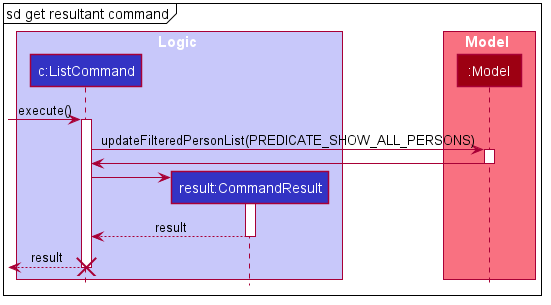
Above: docs/images/ExecuteListCommandSequenceDiagram.png in nus-cs2103-AY2021S1/tp (PlantUML), before the change. Source of this version:
```plantuml
@startuml








skinparam BackgroundColor #FFFFFFF

skinparam Shadowing false

skinparam Class {
    FontColor #FFFFFF
    BorderThickness 1
    BorderColor #FFFFFF
    StereotypeFontColor #FFFFFF
    FontName Arial
}

skinparam Actor {
    BorderColor #000000
    Color #000000
    FontName Arial
}

skinparam Sequence {
    MessageAlign center
    BoxFontSize 15
    BoxPadding 0
    BoxFontColor #FFFFFF
    FontName Arial
}

skinparam Participant {
    FontColor #FFFFFFF
    Padding 20
}

skinparam MinClassWidth 50
skinparam ParticipantPadding 10
skinparam Shadowing false
skinparam DefaultTextAlignment center
skinparam packageStyle Rectangle

hide footbox
hide members
hide circle
mainframe sd get resultant command

box Logic #C8C8FA
participant "c:ListCommand" as ListCommand #3333C4
participant "result:CommandResult" as CommandResult #3333C4
end box

box Model #F97181
participant ":Model" as Model #9D0012
end box

[-> ListCommand : execute()
activate ListCommand

ListCommand -> Model : updateFilteredPersonList(PREDICATE_SHOW_ALL_PERSONS)
activate Model

Model -> ListCommand
deactivate Model

create CommandResult
ListCommand -> CommandResult
activate CommandResult

CommandResult --> ListCommand : result
deactivate CommandResult

ListCommand -->[ : result
destroy ListCommand
@enduml
```
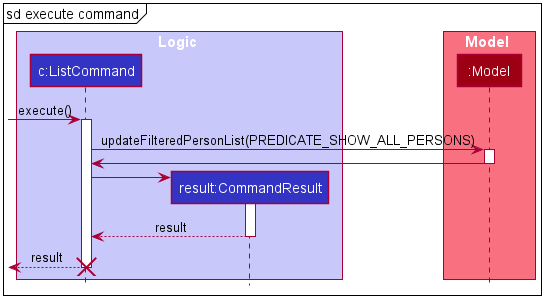
Above is the later version.

Commit message:
Update DeveloperGuide with new sequence diagrams

Change to the diagram source:
```diff
@@ -47,7 +47,7 @@
 hide footbox
 hide members
 hide circle
-mainframe sd get resultant command
+mainframe sd execute command
 
 box Logic #C8C8FA
 participant "c:ListCommand" as ListCommand #3333C4
```
